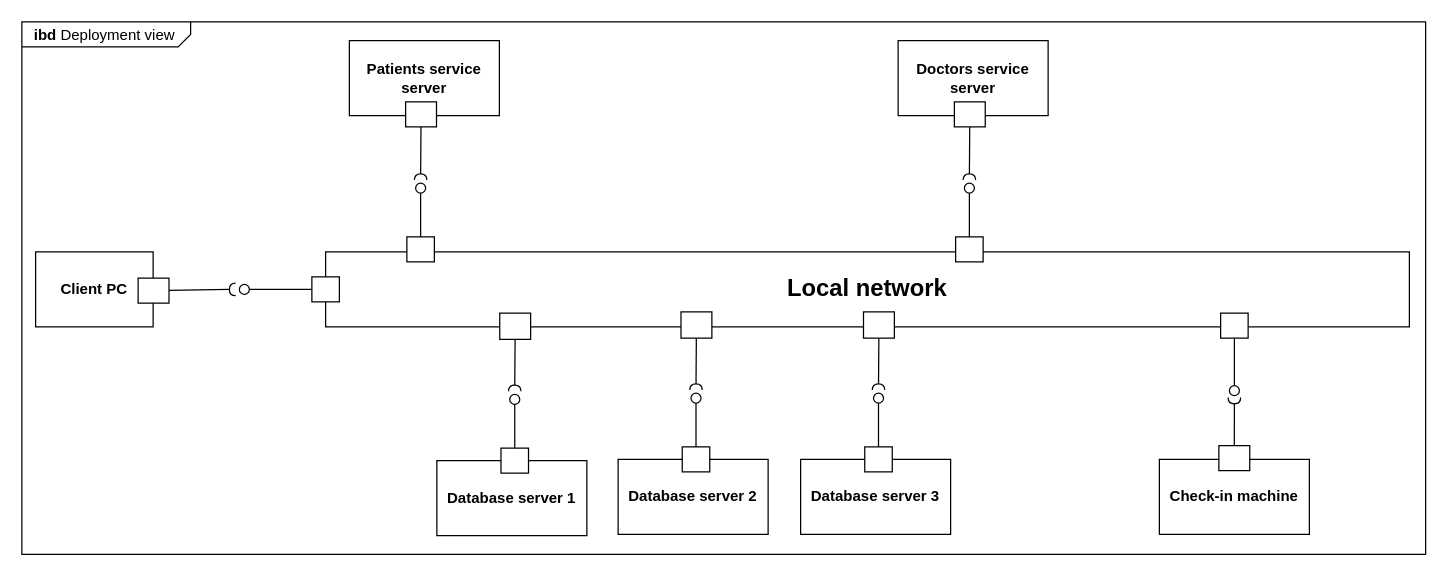
Earlier version of the draw.io diagram Diagrams/Deployment/IBD Deployment.drawio (RafaelCMira/myclinic-msp-project). Source tidied: cells renumbered, new cells numbered last; positions are measured from the earlier drawing's top-left corner, leaving out a move shared by most shapes. Both pictures are drawn from the tidied source at 125%, with x=0, y=0 at pixel (21, 21).
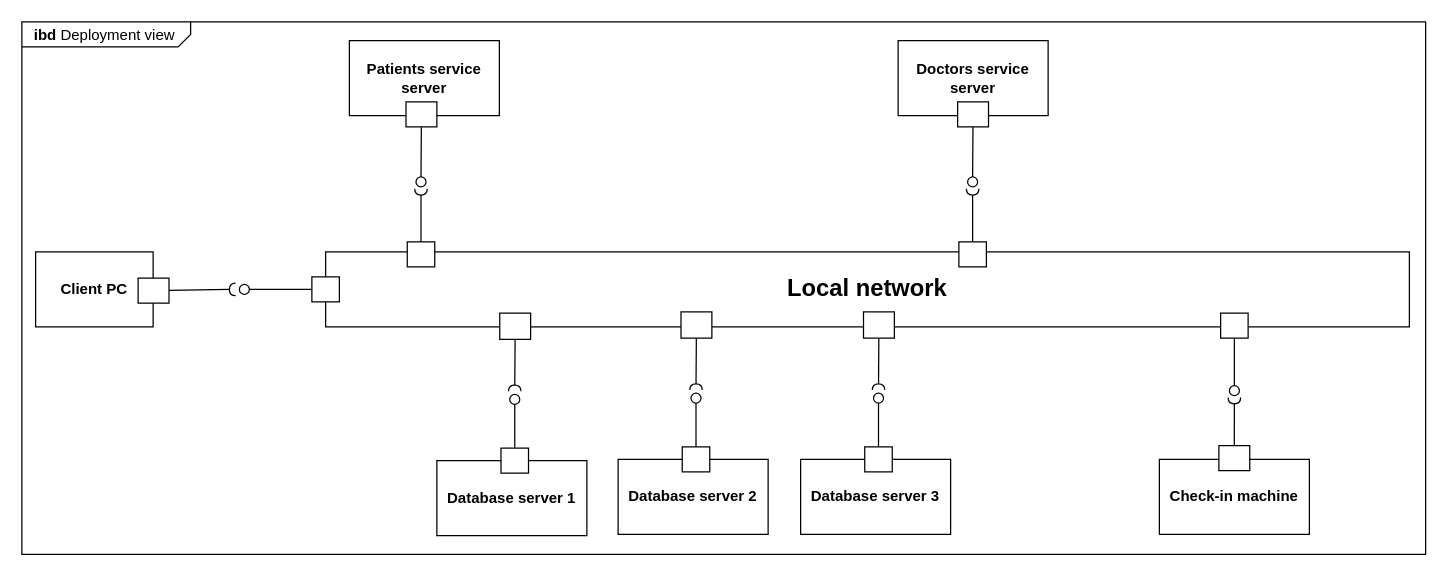
The same diagram, later.

What changed in the source:
```diff
@@
-    <mxCell id="4" style="endArrow=none;html=1;rounded=0;align=center;verticalAlign=top;endFill=0;labelBackgroundColor=none;endSize=2;" parent="1" edge="1" source="11" target="5">
+    <mxCell id="4" style="endArrow=none;html=1;rounded=0;align=center;verticalAlign=top;endFill=0;labelBackgroundColor=none;endSize=2;" parent="1" edge="1" source="11" target="61">
       <mxGeometry relative="1" as="geometry" />
     </mxCell>
-    <mxCell id="5" style="shape=requiredInterface;html=1;fontSize=11;align=center;fillColor=none;points=[];verticalAlign=bottom;labelPosition=center;verticalLabelPosition=top;flipH=1;rotation=90;" parent="1" vertex="1">
-      <mxGeometry x="316.5" y="119" width="5" height="10" as="geometry" />
-    </mxCell>
-    <mxCell id="6" style="endArrow=none;html=1;rounded=0;align=center;verticalAlign=top;endFill=0;labelBackgroundColor=none;endSize=2;" parent="1" edge="1" source="8" target="7">
+    <mxCell id="6" style="endArrow=none;html=1;rounded=0;align=center;verticalAlign=top;endFill=0;labelBackgroundColor=none;endSize=2;" parent="1" edge="1" source="8" target="60">
       <mxGeometry relative="1" as="geometry" />
     </mxCell>
-    <mxCell id="7" style="ellipse;html=1;fontSize=11;align=center;fillColor=none;points=[];verticalAlign=bottom;labelPosition=center;verticalLabelPosition=top;flipH=1;" parent="1" vertex="1">
-      <mxGeometry x="315" y="129" width="8" height="8" as="geometry" />
-    </mxCell>
     <mxCell id="8" style="html=1;rounded=0;fillColor=default;" parent="1" vertex="1">
-      <mxGeometry x="308" y="172" width="22" height="20" as="geometry" />
+      <mxGeometry x="308.3" y="176" width="22" height="20" as="geometry" />
     </mxCell>
-    <mxCell id="9" style="group;" parent="1" vertex="1">
-      <mxGeometry x="262" y="15" width="120" height="69" as="geometry" />
-    </mxCell>
-    <mxCell id="10" value="&lt;b&gt;Patients service server&lt;/b&gt;" style="rounded=0;whiteSpace=wrap;html=1;" parent="9" vertex="1">
-      <mxGeometry width="120" height="60" as="geometry" />
-    </mxCell>
-    <mxCell id="11" style="html=1;rounded=0;" parent="9" vertex="1">
-      <mxGeometry x="45" y="49" width="24.7" height="20" as="geometry" />
-    </mxCell>
-    <mxCell id="12" style="endArrow=none;html=1;rounded=0;align=center;verticalAlign=top;endFill=0;labelBackgroundColor=none;endSize=2;" parent="1" edge="1" source="19" target="13">
-      <mxGeometry relative="1" as="geometry" />
-    </mxCell>
-    <mxCell id="13" style="shape=requiredInterface;html=1;fontSize=11;align=center;fillColor=none;points=[];verticalAlign=bottom;labelPosition=center;verticalLabelPosition=top;flipH=1;rotation=90;" parent="1" vertex="1">
-      <mxGeometry x="755.5" y="119" width="5" height="10" as="geometry" />
-    </mxCell>
-    <mxCell id="14" style="endArrow=none;html=1;rounded=0;align=center;verticalAlign=top;endFill=0;labelBackgroundColor=none;endSize=2;" parent="1" edge="1" source="16" target="15">
-      <mxGeometry relative="1" as="geometry" />
-    </mxCell>
-    <mxCell id="15" style="ellipse;html=1;fontSize=11;align=center;fillColor=none;points=[];verticalAlign=bottom;labelPosition=center;verticalLabelPosition=top;flipH=1;" parent="1" vertex="1">
-      <mxGeometry x="754" y="129" width="8" height="8" as="geometry" />
-    </mxCell>
-    <mxCell id="16" style="html=1;rounded=0;fillColor=default;" parent="1" vertex="1">
-      <mxGeometry x="747" y="172" width="22" height="20" as="geometry" />
-    </mxCell>
-    <mxCell id="17" style="group;" parent="1" vertex="1">
-      <mxGeometry x="701" y="15" width="120" height="69" as="geometry" />
-    </mxCell>
-    <mxCell id="18" value="&lt;b&gt;Doctors service server&lt;/b&gt;" style="rounded=0;whiteSpace=wrap;html=1;" parent="17" vertex="1">
-      <mxGeometry width="120" height="60" as="geometry" />
-    </mxCell>
-    <mxCell id="19" style="html=1;rounded=0;" parent="17" vertex="1">
-      <mxGeometry x="45" y="49" width="24.7" height="20" as="geometry" />
-    </mxCell>
@@
+    <mxCell id="60" style="shape=requiredInterface;html=1;fontSize=11;align=center;fillColor=none;points=[];verticalAlign=bottom;labelPosition=center;verticalLabelPosition=top;flipH=1;rotation=-90;" parent="1" vertex="1">
+      <mxGeometry x="316.8" y="131" width="5" height="10" as="geometry" />
+    </mxCell>
+    <mxCell id="61" style="ellipse;html=1;fontSize=11;align=center;fillColor=none;points=[];verticalAlign=bottom;labelPosition=center;verticalLabelPosition=top;flipH=1;" parent="1" vertex="1">
+      <mxGeometry x="315.3" y="124" width="8" height="8" as="geometry" />
+    </mxCell>
+    <mxCell id="62" style="endArrow=none;html=1;rounded=0;align=center;verticalAlign=top;endFill=0;labelBackgroundColor=none;endSize=2;" parent="1" edge="1" source="67" target="66">
+      <mxGeometry relative="1" as="geometry" />
+    </mxCell>
+    <mxCell id="63" style="endArrow=none;html=1;rounded=0;align=center;verticalAlign=top;endFill=0;labelBackgroundColor=none;endSize=2;" parent="1" edge="1" source="64" target="65">
+      <mxGeometry relative="1" as="geometry" />
+    </mxCell>
+    <mxCell id="64" style="html=1;rounded=0;fillColor=default;" parent="1" vertex="1">
+      <mxGeometry x="749.6" y="176" width="22" height="20" as="geometry" />
+    </mxCell>
+    <mxCell id="65" style="shape=requiredInterface;html=1;fontSize=11;align=center;fillColor=none;points=[];verticalAlign=bottom;labelPosition=center;verticalLabelPosition=top;flipH=1;rotation=-90;" parent="1" vertex="1">
+      <mxGeometry x="758.1" y="131" width="5" height="10" as="geometry" />
+    </mxCell>
+    <mxCell id="66" style="ellipse;html=1;fontSize=11;align=center;fillColor=none;points=[];verticalAlign=bottom;labelPosition=center;verticalLabelPosition=top;flipH=1;" parent="1" vertex="1">
+      <mxGeometry x="756.6" y="124" width="8" height="8" as="geometry" />
+    </mxCell>
+    <mxCell id="10" value="&lt;b&gt;Patients service server&lt;/b&gt;" style="rounded=0;whiteSpace=wrap;html=1;" parent="1" vertex="1">
+      <mxGeometry x="262" y="15" width="120" height="60" as="geometry" />
+    </mxCell>
+    <mxCell id="11" style="html=1;rounded=0;" parent="1" vertex="1">
+      <mxGeometry x="307.3" y="64" width="24.7" height="20" as="geometry" />
+    </mxCell>
+    <mxCell id="18" value="&lt;b&gt;Doctors service server&lt;/b&gt;" style="rounded=0;whiteSpace=wrap;html=1;" parent="1" vertex="1">
+      <mxGeometry x="701" y="15" width="120" height="60" as="geometry" />
+    </mxCell>
+    <mxCell id="67" style="html=1;rounded=0;" parent="1" vertex="1">
+      <mxGeometry x="748.6" y="64" width="24.7" height="20" as="geometry" />
+    </mxCell>
```
